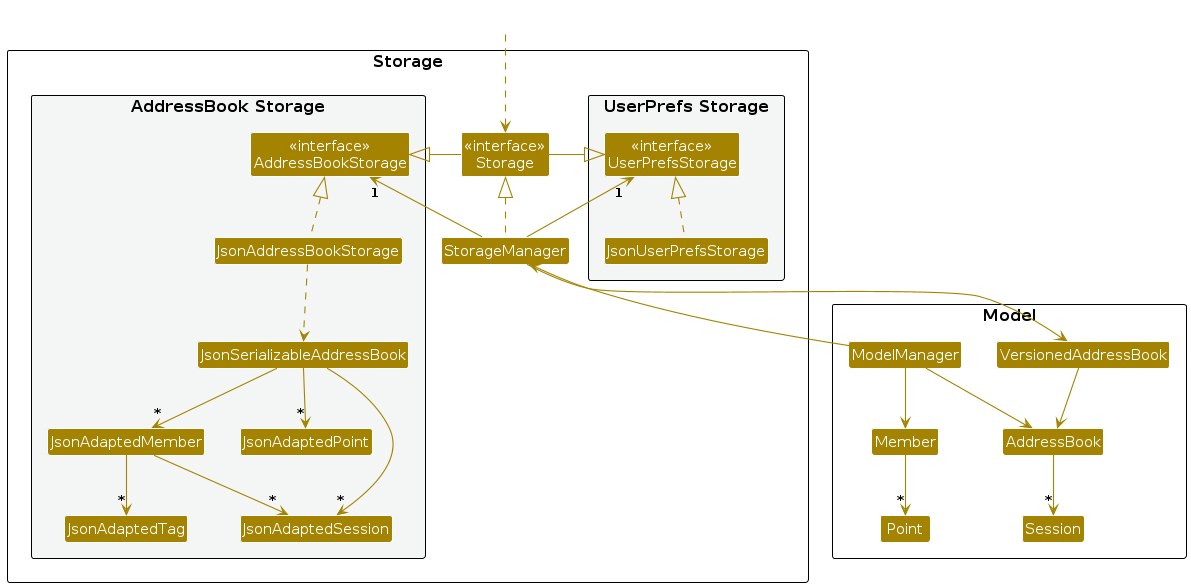
Earlier version of the PlantUML export diagrams/StorageClassDiagram.png (AY2425S1-CS2103T-W14-3/tp). Its source is kept beside it as diagrams/StorageClassDiagram.puml.
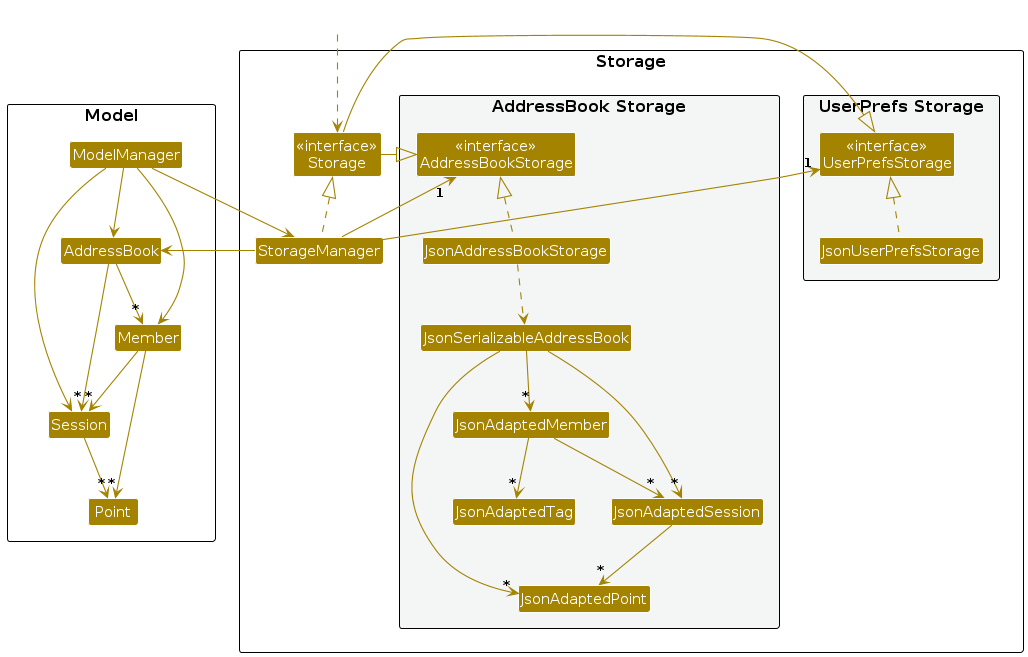
After the change.

The edit, as a diff of the source:
```diff
@@ -25,7 +25,6 @@
 package Model as ModelPackage {
     Class Session
     Class AddressBook
-    Class VersionedAddressBook
     Class ModelManager
     Class Member
     Class Point
@@ -47,12 +46,15 @@
 JsonSerializableAddressBook --> "*" JsonAdaptedSession
 JsonAdaptedMember --> "*" JsonAdaptedTag
 JsonAdaptedMember --> "*" JsonAdaptedSession
+JsonAdaptedSession --> "*" JsonAdaptedPoint
 AddressBook --> "*" Session
-VersionedAddressBook --> AddressBook
-StorageManager --> VersionedAddressBook
+AddressBook --> "*" Member
+StorageManager --> AddressBook
 ModelManager --> StorageManager
 ModelManager --> AddressBook
 ModelManager --> Member
+ModelManager --> Session
+Session --> "*" Point
 Member --> "*" Point
-
+Member --> "*" Session
 @enduml
```
